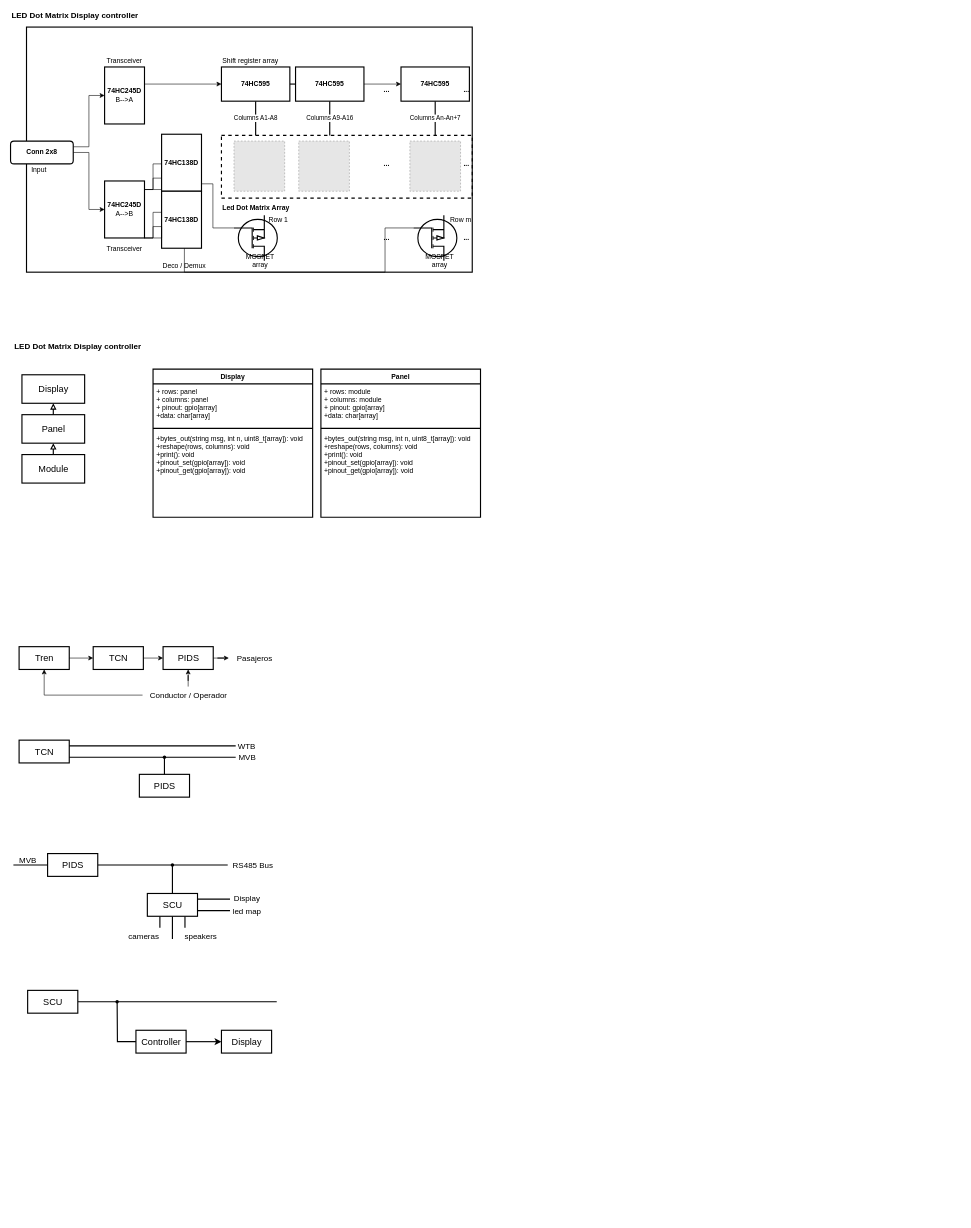
charlieromano/PIDS keeps this draw.io diagram as Pics/Diagrams/blockDiagram.drawio. Above is the earlier version. Source tidied: cells renumbered, new cells numbered last; positions are measured from the earlier drawing's top-left corner, leaving out a move shared by most shapes. Both pictures are drawn from the tidied source at 57%, with x=0, y=0 at pixel (10, 10). Pictures stored in the file or linked from it are replaced by grey dashed boxes.
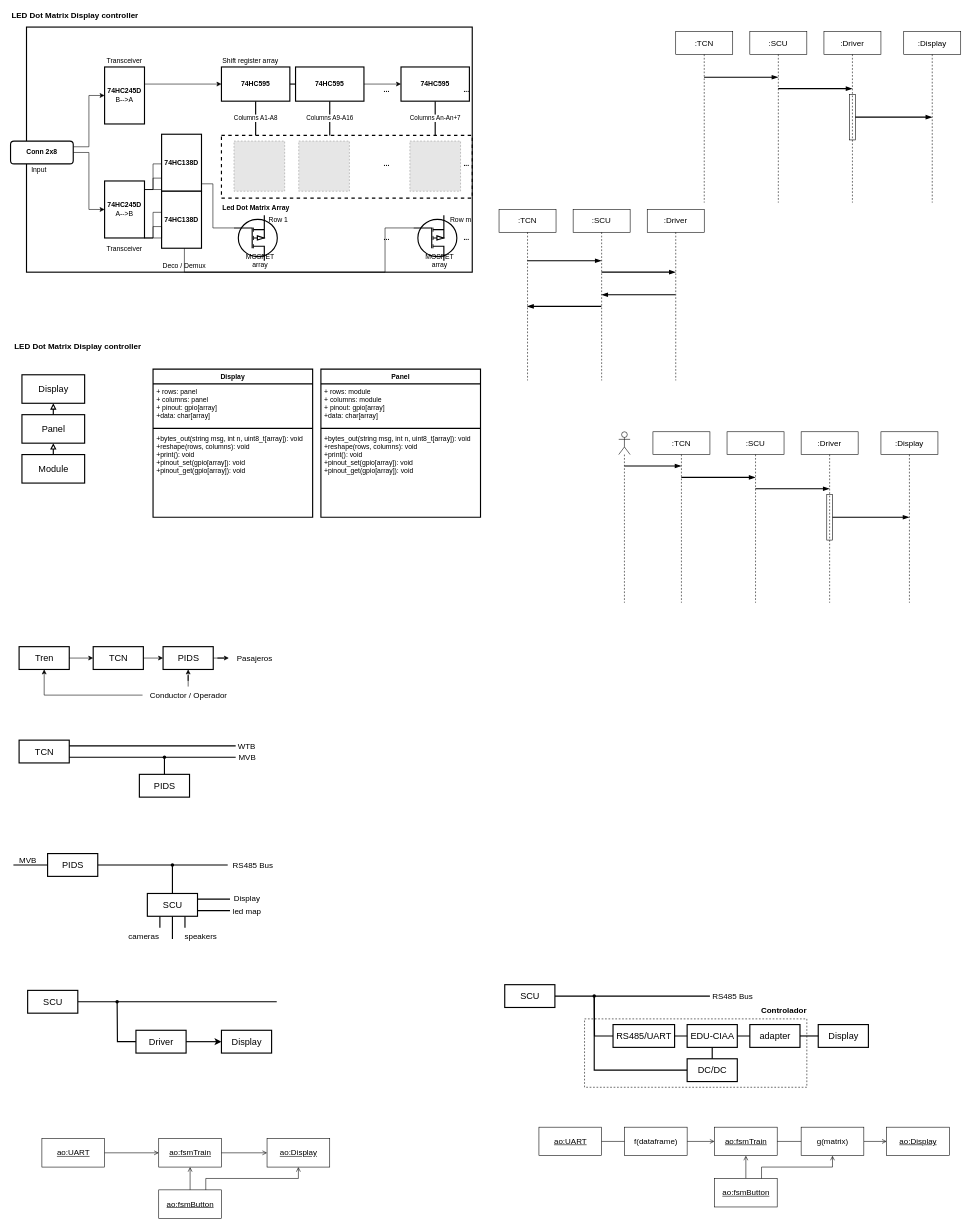
Above is the later version.

The change refers to these unchanged cells:
```xml
<mxCell id="103" style="group;" parent="1" vertex="1">
  <mxGeometry x="30" y="1720" width="437" height="110" as="geometry" />
</mxCell>
```

Diff of the diagram source:
```diff
@@
-    <mxCell id="107" value="Controller" style="html=1;strokeWidth=2;fontSize=16;" parent="103" vertex="1">
+    <mxCell id="107" value="Driver" style="html=1;strokeWidth=2;fontSize=16;" parent="103" vertex="1">
       <mxGeometry x="190" y="70" width="88" height="40" as="geometry" />
     </mxCell>
@@
+    <mxCell id="111" style="group;" parent="1" vertex="1">
+      <mxGeometry x="55" y="1980" width="505" height="140" as="geometry" />
+    </mxCell>
+    <mxCell id="112" value="ao:UART" style="html=1;fontSize=14;fontStyle=4;" parent="111" vertex="1">
+      <mxGeometry width="110" height="50" as="geometry" />
+    </mxCell>
+    <mxCell id="113" value="ao:fsmTrain" style="html=1;fontSize=14;fontStyle=4;" parent="111" vertex="1">
+      <mxGeometry x="205" width="110" height="50" as="geometry" />
+    </mxCell>
+    <mxCell id="114" style="edgeStyle=orthogonalEdgeStyle;rounded=0;jettySize=auto;html=1;exitX=1;exitY=0.5;exitDx=0;exitDy=0;entryX=0;entryY=0.5;entryDx=0;entryDy=0;strokeWidth=1;fontSize=14;endArrow=open;endFill=0;" parent="111" edge="1" source="112" target="113">
+      <mxGeometry relative="1" as="geometry" />
+    </mxCell>
+    <mxCell id="115" style="edgeStyle=orthogonalEdgeStyle;rounded=0;jettySize=auto;html=1;strokeWidth=1;fontSize=14;endArrow=open;endFill=0;" parent="111" edge="1" source="116" target="113">
+      <mxGeometry relative="1" as="geometry" />
+    </mxCell>
+    <mxCell id="116" value="ao:fsmButton" style="html=1;fontSize=14;fontStyle=4;" parent="111" vertex="1">
+      <mxGeometry x="205" y="90" width="110" height="50" as="geometry" />
+    </mxCell>
+    <mxCell id="117" value="ao:Display" style="html=1;fontSize=14;fontStyle=4;" parent="111" vertex="1">
+      <mxGeometry x="395" width="110" height="50" as="geometry" />
+    </mxCell>
+    <mxCell id="118" style="edgeStyle=orthogonalEdgeStyle;rounded=0;jettySize=auto;html=1;exitX=1;exitY=0.5;exitDx=0;exitDy=0;entryX=0;entryY=0.5;entryDx=0;entryDy=0;strokeWidth=1;fontSize=14;endArrow=open;endFill=0;" parent="111" edge="1" source="113" target="117">
+      <mxGeometry relative="1" as="geometry" />
+    </mxCell>
+    <mxCell id="119" style="edgeStyle=orthogonalEdgeStyle;rounded=0;jettySize=auto;html=1;exitX=0.75;exitY=0;exitDx=0;exitDy=0;entryX=0.5;entryY=1;entryDx=0;entryDy=0;strokeWidth=1;fontSize=14;endArrow=open;endFill=0;" parent="111" edge="1" source="116" target="117">
+      <mxGeometry relative="1" as="geometry" />
+    </mxCell>
+    <mxCell id="120" style="group;" parent="1" vertex="1">
+      <mxGeometry x="927" y="1960" width="720" height="140" as="geometry" />
+    </mxCell>
+    <mxCell id="121" value="ao:Display" style="html=1;fontSize=14;fontStyle=4;" parent="120" vertex="1">
+      <mxGeometry x="610" width="110" height="50" as="geometry" />
+    </mxCell>
+    <mxCell id="122" style="edgeStyle=orthogonalEdgeStyle;rounded=0;jettySize=auto;html=1;exitX=1;exitY=0.5;exitDx=0;exitDy=0;entryX=0;entryY=0.5;entryDx=0;entryDy=0;strokeWidth=1;fontSize=14;endArrow=open;endFill=0;startArrow=none;" parent="120" edge="1" source="128" target="121">
+      <mxGeometry relative="1" as="geometry" />
+    </mxCell>
+    <mxCell id="123" value="ao:UART" style="html=1;fontSize=14;fontStyle=4;" parent="120" vertex="1">
+      <mxGeometry width="110" height="50" as="geometry" />
+    </mxCell>
+    <mxCell id="124" value="ao:fsmTrain" style="html=1;fontSize=14;fontStyle=4;" parent="120" vertex="1">
+      <mxGeometry x="308" width="110" height="50" as="geometry" />
+    </mxCell>
+    <mxCell id="125" style="edgeStyle=orthogonalEdgeStyle;rounded=0;jettySize=auto;html=1;exitX=1;exitY=0.5;exitDx=0;exitDy=0;entryX=0;entryY=0.5;entryDx=0;entryDy=0;strokeWidth=1;fontSize=14;endArrow=open;endFill=0;startArrow=none;" parent="120" edge="1" source="131" target="124">
+      <mxGeometry relative="1" as="geometry" />
+    </mxCell>
+    <mxCell id="126" style="edgeStyle=orthogonalEdgeStyle;rounded=0;jettySize=auto;html=1;strokeWidth=1;fontSize=14;endArrow=open;endFill=0;" parent="120" edge="1" source="127" target="124">
+      <mxGeometry relative="1" as="geometry" />
+    </mxCell>
+    <mxCell id="127" value="ao:fsmButton" style="html=1;fontSize=14;fontStyle=4;" parent="120" vertex="1">
+      <mxGeometry x="308" y="90" width="110" height="50" as="geometry" />
+    </mxCell>
+    <mxCell id="128" value="g(matrix)" style="html=1;fontSize=14;" parent="120" vertex="1">
+      <mxGeometry x="460" width="110" height="50" as="geometry" />
+    </mxCell>
+    <mxCell id="129" style="edgeStyle=orthogonalEdgeStyle;rounded=0;jettySize=auto;html=1;exitX=0.75;exitY=0;exitDx=0;exitDy=0;entryX=0.5;entryY=1;entryDx=0;entryDy=0;strokeWidth=1;fontSize=14;endArrow=open;endFill=0;" parent="120" edge="1" source="127" target="128">
+      <mxGeometry relative="1" as="geometry" />
+    </mxCell>
+    <mxCell id="130" style="edgeStyle=orthogonalEdgeStyle;rounded=0;jettySize=auto;html=1;exitX=1;exitY=0.5;exitDx=0;exitDy=0;entryX=0;entryY=0.5;entryDx=0;entryDy=0;strokeWidth=1;fontSize=14;endArrow=none;endFill=0;" parent="120" edge="1" source="124" target="128">
+      <mxGeometry relative="1" as="geometry" />
+    </mxCell>
+    <mxCell id="131" value="f(dataframe)" style="html=1;fontSize=14;" parent="120" vertex="1">
+      <mxGeometry x="150" width="110" height="50" as="geometry" />
+    </mxCell>
+    <mxCell id="132" style="edgeStyle=orthogonalEdgeStyle;rounded=0;jettySize=auto;html=1;exitX=1;exitY=0.5;exitDx=0;exitDy=0;entryX=0;entryY=0.5;entryDx=0;entryDy=0;strokeWidth=1;fontSize=14;endArrow=none;endFill=0;" parent="120" edge="1" source="123" target="131">
+      <mxGeometry relative="1" as="geometry" />
+    </mxCell>
+    <mxCell id="133" style="group;" parent="1" vertex="1">
+      <mxGeometry x="867" y="1710" width="638" height="180" as="geometry" />
+    </mxCell>
+    <mxCell id="134" style="edgeStyle=orthogonalEdgeStyle;rounded=0;jettySize=auto;html=1;exitX=1;exitY=0.5;exitDx=0;exitDy=0;strokeWidth=2;fontSize=14;endArrow=none;endFill=0;" parent="133" edge="1" source="135">
+      <mxGeometry relative="1" as="geometry">
+        <mxPoint x="360" y="20" as="targetPoint" />
+      </mxGeometry>
+    </mxCell>
+    <mxCell id="135" value="SCU" style="html=1;strokeWidth=2;fontSize=16;" parent="133" vertex="1">
+      <mxGeometry width="88" height="40" as="geometry" />
+    </mxCell>
+    <mxCell id="136" style="edgeStyle=orthogonalEdgeStyle;rounded=0;jettySize=auto;html=1;exitX=0;exitY=0.5;exitDx=0;exitDy=0;strokeWidth=2;fontSize=14;endArrow=none;endFill=0;startArrow=none;" parent="133" edge="1" source="146">
+      <mxGeometry relative="1" as="geometry">
+        <mxPoint x="157" y="20" as="targetPoint" />
+      </mxGeometry>
+    </mxCell>
+    <mxCell id="137" value="adapter" style="html=1;strokeWidth=2;fontSize=16;" parent="133" vertex="1">
+      <mxGeometry x="430" y="70" width="88" height="40" as="geometry" />
+    </mxCell>
+    <mxCell id="138" value="Display" style="html=1;strokeWidth=2;fontSize=16;" parent="133" vertex="1">
+      <mxGeometry x="550" y="70" width="88" height="40" as="geometry" />
+    </mxCell>
+    <mxCell id="139" style="edgeStyle=orthogonalEdgeStyle;rounded=0;jettySize=auto;html=1;exitX=1;exitY=0.5;exitDx=0;exitDy=0;entryX=0;entryY=0.5;entryDx=0;entryDy=0;strokeWidth=2;fontSize=14;endArrow=none;endFill=0;" parent="133" edge="1" source="137" target="138">
+      <mxGeometry relative="1" as="geometry" />
+    </mxCell>
+    <mxCell id="140" style="shape=waypoint;sketch=0;size=6;points=[];fillColor=none;perimeter=centerPerimeter;snapToPoint=1;fontSize=14;" parent="133" vertex="1">
+      <mxGeometry x="137" width="40" height="40" as="geometry" />
+    </mxCell>
+    <mxCell id="141" style="edgeStyle=orthogonalEdgeStyle;rounded=0;jettySize=auto;html=1;exitX=0;exitY=0.5;exitDx=0;exitDy=0;strokeWidth=2;fontSize=14;endArrow=none;endFill=0;" parent="133" edge="1" source="142" target="140">
+      <mxGeometry relative="1" as="geometry" />
+    </mxCell>
+    <mxCell id="142" value="DC/DC" style="html=1;strokeWidth=2;fontSize=16;" parent="133" vertex="1">
+      <mxGeometry x="320" y="130" width="88" height="40" as="geometry" />
+    </mxCell>
+    <mxCell id="143" value="EDU-CIAA" style="html=1;strokeWidth=2;fontSize=16;" parent="133" vertex="1">
+      <mxGeometry x="320" y="70" width="88" height="40" as="geometry" />
+    </mxCell>
+    <mxCell id="144" style="edgeStyle=orthogonalEdgeStyle;rounded=0;jettySize=auto;html=1;exitX=0.5;exitY=0;exitDx=0;exitDy=0;entryX=0.5;entryY=1;entryDx=0;entryDy=0;strokeWidth=2;fontSize=14;endArrow=none;endFill=0;" parent="133" edge="1" source="142" target="143">
+      <mxGeometry relative="1" as="geometry" />
+    </mxCell>
+    <mxCell id="145" style="edgeStyle=orthogonalEdgeStyle;rounded=0;jettySize=auto;html=1;exitX=0;exitY=0.5;exitDx=0;exitDy=0;strokeWidth=2;fontSize=14;endArrow=none;endFill=0;" parent="133" edge="1" source="137" target="143">
+      <mxGeometry relative="1" as="geometry" />
+    </mxCell>
+    <mxCell id="146" value="RS485/UART" style="html=1;strokeWidth=2;fontSize=16;" parent="133" vertex="1">
+      <mxGeometry x="190" y="70" width="108" height="40" as="geometry" />
+    </mxCell>
+    <mxCell id="147" style="edgeStyle=orthogonalEdgeStyle;rounded=0;jettySize=auto;html=1;exitX=0;exitY=0.5;exitDx=0;exitDy=0;strokeWidth=2;fontSize=14;endArrow=none;endFill=0;startArrow=none;" parent="133" edge="1" source="143" target="146">
+      <mxGeometry relative="1" as="geometry" />
+    </mxCell>
+    <mxCell id="148" style="rounded=0;whiteSpace=wrap;html=1;fontSize=14;fillColor=none;dashed=1;strokeWidth=1;" parent="133" vertex="1">
+      <mxGeometry x="140" y="60" width="390" height="120" as="geometry" />
+    </mxCell>
+    <mxCell id="149" value="RS485 Bus" style="text;html=1;strokeColor=none;fillColor=none;align=center;verticalAlign=middle;whiteSpace=wrap;rounded=0;dashed=1;fontSize=14;" parent="133" vertex="1">
+      <mxGeometry x="360" y="5" width="80" height="30" as="geometry" />
+    </mxCell>
+    <mxCell id="150" value="Controlador" style="text;html=1;strokeColor=none;fillColor=none;align=center;verticalAlign=middle;whiteSpace=wrap;rounded=0;dashed=1;fontSize=14;fontStyle=1;" parent="133" vertex="1">
+      <mxGeometry x="450" y="30" width="80" height="30" as="geometry" />
+    </mxCell>
+    <mxCell id="151" style="group;" parent="1" vertex="1">
+      <mxGeometry x="857" y="350" width="500" height="300" as="geometry" />
+    </mxCell>
+    <mxCell id="152" style="edgeStyle=orthogonalEdgeStyle;rounded=0;orthogonalLoop=1;jettySize=auto;html=1;strokeWidth=2;fontSize=14;endArrow=blockThin;endFill=1;" parent="151" edge="1">
+      <mxGeometry relative="1" as="geometry">
+        <mxPoint x="49.8" y="90" as="sourcePoint" />
+        <mxPoint x="179.5" y="90" as="targetPoint" />
+      </mxGeometry>
+    </mxCell>
+    <mxCell id="153" value=":TCN" style="shape=umlLifeline;perimeter=lifelinePerimeter;whiteSpace=wrap;html=1;strokeWidth=1;fontSize=14;fillColor=none;" parent="151" vertex="1">
+      <mxGeometry width="100" height="300" as="geometry" />
+    </mxCell>
+    <mxCell id="154" style="edgeStyle=orthogonalEdgeStyle;rounded=0;orthogonalLoop=1;jettySize=auto;html=1;strokeWidth=2;fontSize=14;endArrow=blockThin;endFill=1;" parent="151" edge="1">
+      <mxGeometry relative="1" as="geometry">
+        <mxPoint x="179.8" y="110" as="sourcePoint" />
+        <mxPoint x="309.5" y="110" as="targetPoint" />
+      </mxGeometry>
+    </mxCell>
+    <mxCell id="155" style="edgeStyle=orthogonalEdgeStyle;rounded=0;orthogonalLoop=1;jettySize=auto;html=1;strokeWidth=2;fontSize=14;startArrow=none;startFill=0;endArrow=blockThin;endFill=1;" parent="151" edge="1">
+      <mxGeometry relative="1" as="geometry">
+        <mxPoint x="179.5" y="170" as="sourcePoint" />
+        <mxPoint x="49.8" y="170" as="targetPoint" />
+      </mxGeometry>
+    </mxCell>
+    <mxCell id="156" value=":SCU" style="shape=umlLifeline;perimeter=lifelinePerimeter;whiteSpace=wrap;html=1;strokeWidth=1;fontSize=14;fillColor=none;" parent="151" vertex="1">
+      <mxGeometry x="130" width="100" height="300" as="geometry" />
+    </mxCell>
+    <mxCell id="157" value=":Driver" style="shape=umlLifeline;perimeter=lifelinePerimeter;whiteSpace=wrap;html=1;strokeWidth=1;fontSize=14;fillColor=none;" parent="151" vertex="1">
+      <mxGeometry x="260" width="100" height="300" as="geometry" />
+    </mxCell>
+    <mxCell id="158" style="edgeStyle=orthogonalEdgeStyle;rounded=0;orthogonalLoop=1;jettySize=auto;html=1;strokeWidth=2;fontSize=14;endArrow=none;endFill=0;startArrow=blockThin;startFill=1;" parent="151" edge="1">
+      <mxGeometry relative="1" as="geometry">
+        <mxPoint x="180" y="149.6" as="sourcePoint" />
+        <mxPoint x="309.7" y="149.6" as="targetPoint" />
+      </mxGeometry>
+    </mxCell>
+    <mxCell id="159" style="group;" parent="1" vertex="1">
+      <mxGeometry x="1167" y="38" width="500" height="300" as="geometry" />
+    </mxCell>
+    <mxCell id="160" style="edgeStyle=orthogonalEdgeStyle;rounded=0;orthogonalLoop=1;jettySize=auto;html=1;strokeWidth=2;fontSize=14;endArrow=blockThin;endFill=1;" parent="159" edge="1">
+      <mxGeometry relative="1" as="geometry">
+        <mxPoint x="49.8" y="80" as="sourcePoint" />
+        <mxPoint x="179.5" y="80" as="targetPoint" />
+      </mxGeometry>
+    </mxCell>
+    <mxCell id="161" value=":TCN" style="shape=umlLifeline;perimeter=lifelinePerimeter;whiteSpace=wrap;html=1;strokeWidth=1;fontSize=14;fillColor=none;" parent="159" vertex="1">
+      <mxGeometry width="100" height="300" as="geometry" />
+    </mxCell>
+    <mxCell id="162" style="edgeStyle=orthogonalEdgeStyle;rounded=0;orthogonalLoop=1;jettySize=auto;html=1;strokeWidth=2;fontSize=14;endArrow=blockThin;endFill=1;" parent="159" edge="1">
+      <mxGeometry relative="1" as="geometry">
+        <mxPoint x="179.8" y="100" as="sourcePoint" />
+        <mxPoint x="309.5" y="100" as="targetPoint" />
+      </mxGeometry>
+    </mxCell>
+    <mxCell id="163" value=":SCU" style="shape=umlLifeline;perimeter=lifelinePerimeter;whiteSpace=wrap;html=1;strokeWidth=1;fontSize=14;fillColor=none;" parent="159" vertex="1">
+      <mxGeometry x="130" width="100" height="300" as="geometry" />
+    </mxCell>
+    <mxCell id="164" value=":Driver" style="shape=umlLifeline;perimeter=lifelinePerimeter;whiteSpace=wrap;html=1;strokeWidth=1;fontSize=14;fillColor=none;" parent="159" vertex="1">
+      <mxGeometry x="260" width="100" height="300" as="geometry" />
+    </mxCell>
+    <mxCell id="165" value=":Display" style="shape=umlLifeline;perimeter=lifelinePerimeter;whiteSpace=wrap;html=1;outlineConnect=0;strokeWidth=1;fontSize=14;fillColor=none;" parent="159" vertex="1">
+      <mxGeometry x="400" width="100" height="300" as="geometry" />
+    </mxCell>
+    <mxCell id="166" style="edgeStyle=orthogonalEdgeStyle;rounded=0;jettySize=auto;html=1;strokeWidth=2;fontSize=14;endArrow=blockThin;endFill=1;" parent="159" edge="1" source="167" target="165">
+      <mxGeometry relative="1" as="geometry" />
+    </mxCell>
+    <mxCell id="167" style="html=1;points=[];perimeter=orthogonalPerimeter;strokeWidth=1;fontSize=14;fillColor=none;" parent="159" vertex="1">
+      <mxGeometry x="305" y="110" width="10" height="80" as="geometry" />
+    </mxCell>
+    <mxCell id="168" style="group;" parent="1" vertex="1">
+      <mxGeometry x="1067" y="740" width="560" height="300" as="geometry" />
+    </mxCell>
+    <mxCell id="169" style="edgeStyle=orthogonalEdgeStyle;rounded=0;orthogonalLoop=1;jettySize=auto;html=1;strokeWidth=2;fontSize=14;endArrow=blockThin;endFill=1;" parent="168" edge="1">
+      <mxGeometry relative="1" as="geometry">
+        <mxPoint x="109.8" y="80" as="sourcePoint" />
+        <mxPoint x="239.5" y="80" as="targetPoint" />
+      </mxGeometry>
+    </mxCell>
+    <mxCell id="170" value=":TCN" style="shape=umlLifeline;perimeter=lifelinePerimeter;whiteSpace=wrap;html=1;strokeWidth=1;fontSize=14;fillColor=none;" parent="168" vertex="1">
+      <mxGeometry x="60" width="100" height="300" as="geometry" />
+    </mxCell>
+    <mxCell id="171" style="edgeStyle=orthogonalEdgeStyle;rounded=0;orthogonalLoop=1;jettySize=auto;html=1;strokeWidth=2;fontSize=14;endArrow=blockThin;endFill=1;" parent="168" edge="1">
+      <mxGeometry relative="1" as="geometry">
+        <mxPoint x="239.8" y="100" as="sourcePoint" />
+        <mxPoint x="369.5" y="100" as="targetPoint" />
+      </mxGeometry>
+    </mxCell>
+    <mxCell id="172" value=":SCU" style="shape=umlLifeline;perimeter=lifelinePerimeter;whiteSpace=wrap;html=1;strokeWidth=1;fontSize=14;fillColor=none;" parent="168" vertex="1">
+      <mxGeometry x="190" width="100" height="300" as="geometry" />
+    </mxCell>
+    <mxCell id="173" value=":Driver" style="shape=umlLifeline;perimeter=lifelinePerimeter;whiteSpace=wrap;html=1;strokeWidth=1;fontSize=14;fillColor=none;" parent="168" vertex="1">
+      <mxGeometry x="320" width="100" height="300" as="geometry" />
+    </mxCell>
+    <mxCell id="174" value=":Display" style="shape=umlLifeline;perimeter=lifelinePerimeter;whiteSpace=wrap;html=1;outlineConnect=0;strokeWidth=1;fontSize=14;fillColor=none;" parent="168" vertex="1">
+      <mxGeometry x="460" width="100" height="300" as="geometry" />
+    </mxCell>
+    <mxCell id="175" style="edgeStyle=orthogonalEdgeStyle;rounded=0;jettySize=auto;html=1;strokeWidth=2;fontSize=14;endArrow=blockThin;endFill=1;" parent="168" edge="1" source="178" target="174">
+      <mxGeometry relative="1" as="geometry" />
+    </mxCell>
+    <mxCell id="176" style="edgeStyle=orthogonalEdgeStyle;rounded=0;orthogonalLoop=1;jettySize=auto;html=1;strokeWidth=2;fontSize=14;startArrow=none;startFill=0;endArrow=blockThin;endFill=1;" parent="168" edge="1">
+      <mxGeometry relative="1" as="geometry">
+        <mxPoint x="10" y="60" as="sourcePoint" />
+        <mxPoint x="109.5" y="60" as="targetPoint" />
+        <Array as="points">
+          <mxPoint x="70" y="60" />
+          <mxPoint x="70" y="60" />
+        </Array>
+      </mxGeometry>
+    </mxCell>
+    <mxCell id="177" style="shape=umlLifeline;participant=umlActor;perimeter=lifelinePerimeter;whiteSpace=wrap;html=1;verticalAlign=top;spacingTop=36;strokeWidth=1;fontSize=14;fillColor=none;" parent="168" vertex="1">
+      <mxGeometry width="20" height="300" as="geometry" />
+    </mxCell>
+    <mxCell id="178" style="html=1;points=[];perimeter=orthogonalPerimeter;strokeWidth=1;fontSize=14;fillColor=none;" parent="168" vertex="1">
+      <mxGeometry x="365" y="110" width="10" height="80" as="geometry" />
+    </mxCell>
```
